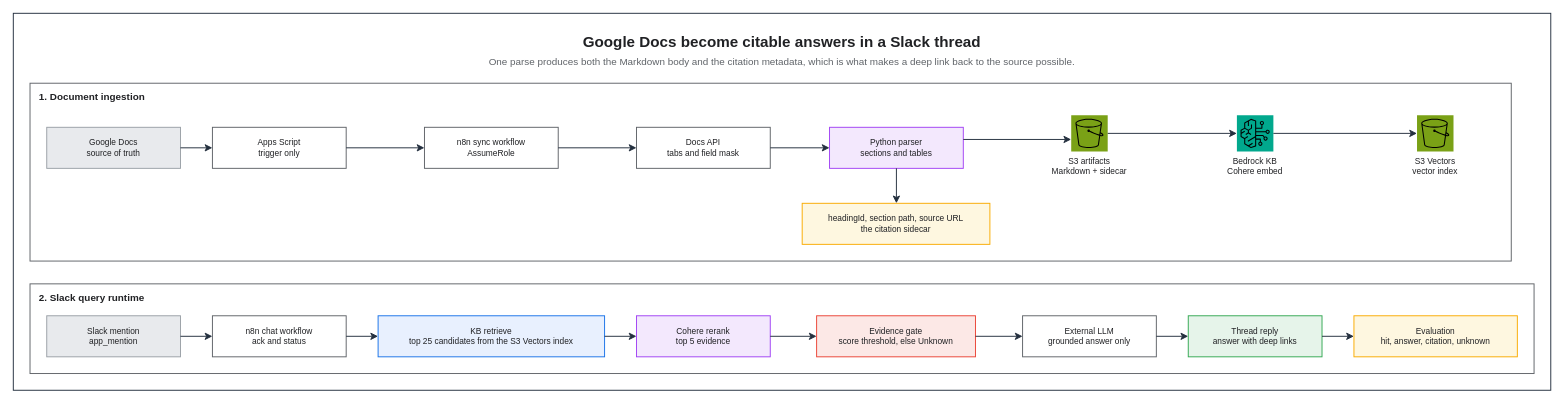
Above: assets/img/aws/bedrock-slack-rag-architecture.drawio in KKamJi98/kkamji98.github.io (draw.io), before the change. Source tidied: cells renumbered, new cells numbered last; positions are measured from the earlier drawing's top-left corner, leaving out a move shared by most shapes. Both pictures are drawn from the tidied source at 76%, with x=0, y=0 at pixel (13, 13).
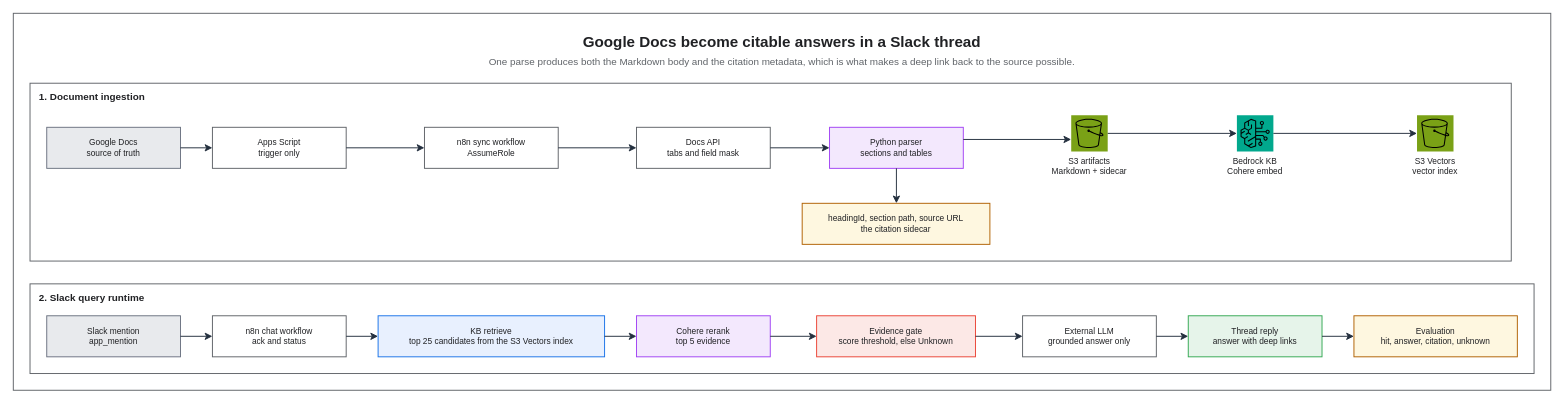
After the change.

What changed in the source:
```diff
@@
-    <mxCell id="2" style="rounded=0;html=0;fillColor=none;strokeColor=#232F3E;fontColor=#202124;strokeWidth=1.25;" parent="1" vertex="1">
+    <mxCell id="2" style="rounded=0;html=0;fillColor=none;strokeColor=#5F6368;fontColor=#202124;strokeWidth=1.25;" parent="1" vertex="1">
       <mxGeometry width="2023" height="496" as="geometry" />
     </mxCell>
@@
-    <mxCell id="7" value="Google Docs&#10;source of truth" style="rounded=0;whiteSpace=wrap;html=0;fillColor=#E8EAED;strokeColor=#9AA0A6;fontColor=#202124;fontSize=11;fontStyle=0;align=center;verticalAlign=middle;spacingLeft=6;spacingRight=6;strokeWidth=1.25;" parent="1" vertex="1">
+    <mxCell id="7" value="Google Docs&#10;source of truth" style="rounded=0;whiteSpace=wrap;html=0;fillColor=#E8EAED;strokeColor=#6B7280;fontColor=#202124;fontSize=11;fontStyle=0;align=center;verticalAlign=middle;spacingLeft=6;spacingRight=6;strokeWidth=1.25;" parent="1" vertex="1">
       <mxGeometry x="44" y="150" width="176" height="54" as="geometry" />
     </mxCell>
@@
-    <mxCell id="12" value="headingId, section path, source URL&#10;the citation sidecar" style="rounded=0;whiteSpace=wrap;html=0;fillColor=#FEF7E0;strokeColor=#F9AB00;fontColor=#202124;fontSize=11;fontStyle=0;align=center;verticalAlign=middle;spacingLeft=6;spacingRight=6;strokeWidth=1.25;" parent="1" vertex="1">
+    <mxCell id="12" value="headingId, section path, source URL&#10;the citation sidecar" style="rounded=0;whiteSpace=wrap;html=0;fillColor=#FEF7E0;strokeColor=#B06000;fontColor=#202124;fontSize=11;fontStyle=0;align=center;verticalAlign=middle;spacingLeft=6;spacingRight=6;strokeWidth=1.25;" parent="1" vertex="1">
       <mxGeometry x="1038" y="250" width="247" height="54" as="geometry" />
     </mxCell>
@@
-    <mxCell id="16" value="Slack mention&#10;app_mention" style="rounded=0;whiteSpace=wrap;html=0;fillColor=#E8EAED;strokeColor=#9AA0A6;fontColor=#202124;fontSize=11;fontStyle=0;align=center;verticalAlign=middle;spacingLeft=6;spacingRight=6;strokeWidth=1.25;" parent="1" vertex="1">
+    <mxCell id="16" value="Slack mention&#10;app_mention" style="rounded=0;whiteSpace=wrap;html=0;fillColor=#E8EAED;strokeColor=#6B7280;fontColor=#202124;fontSize=11;fontStyle=0;align=center;verticalAlign=middle;spacingLeft=6;spacingRight=6;strokeWidth=1.25;" parent="1" vertex="1">
       <mxGeometry x="44" y="398" width="176" height="54" as="geometry" />
     </mxCell>
@@
-    <mxCell id="23" value="Evaluation&#10;hit, answer, citation, unknown" style="rounded=0;whiteSpace=wrap;html=0;fillColor=#FEF7E0;strokeColor=#F9AB00;fontColor=#202124;fontSize=11;fontStyle=0;align=center;verticalAlign=middle;spacingLeft=6;spacingRight=6;strokeWidth=1.25;" parent="1" vertex="1">
+    <mxCell id="23" value="Evaluation&#10;hit, answer, citation, unknown" style="rounded=0;whiteSpace=wrap;html=0;fillColor=#FEF7E0;strokeColor=#B06000;fontColor=#202124;fontSize=11;fontStyle=0;align=center;verticalAlign=middle;spacingLeft=6;spacingRight=6;strokeWidth=1.25;" parent="1" vertex="1">
       <mxGeometry x="1764" y="398" width="215" height="54" as="geometry" />
     </mxCell>
```
